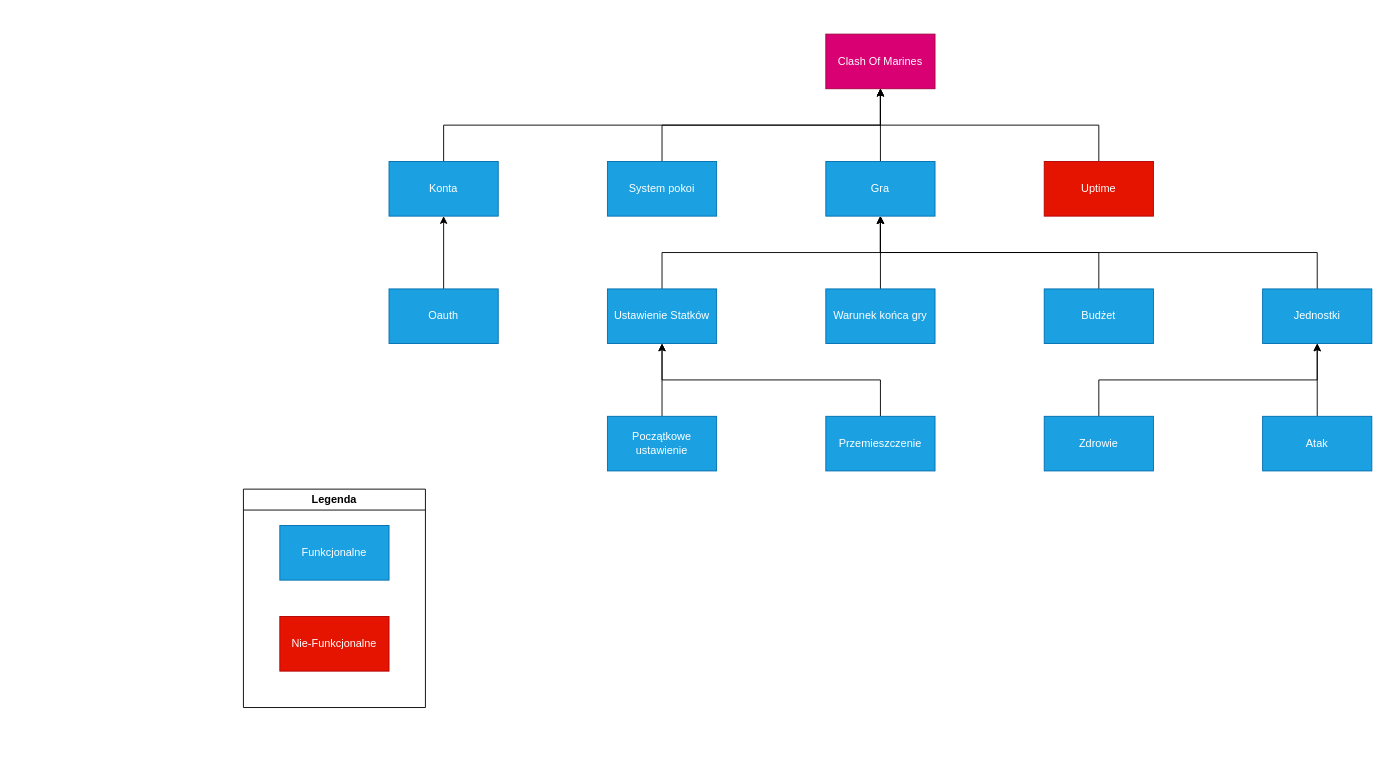
Before: req-diag-sysml/Diagram.drawio in Slasherss1/project-io, a draw.io diagram. Source tidied: cells renumbered, new cells numbered last; positions are measured from the earlier drawing's top-left corner, leaving out a move shared by most shapes. Both pictures are drawn from the tidied source at 91%, with x=0, y=0 at pixel (243, 34).
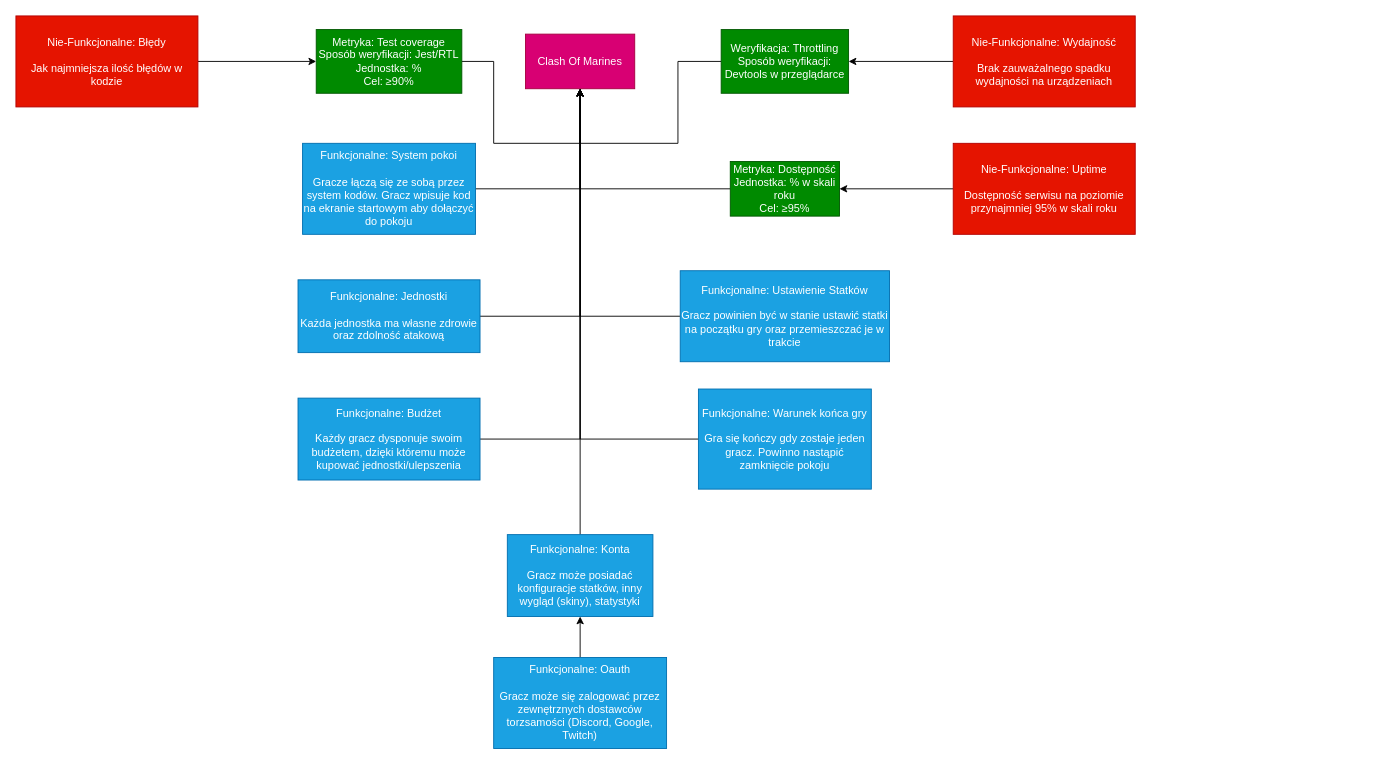
Above is the later version.

Change to the diagram source:
```diff
@@
     <mxCell id="2" value="&lt;div&gt;Clash Of Marines&lt;/div&gt;" style="rounded=0;whiteSpace=wrap;html=1;fillColor=#d80073;fontColor=#ffffff;strokeColor=#A50040;" parent="1" vertex="1">
-      <mxGeometry x="640" width="120" height="60" as="geometry" />
+      <mxGeometry x="310" width="120" height="60" as="geometry" />
     </mxCell>
-    <mxCell id="3" value="&lt;div&gt;&lt;br&gt;&lt;/div&gt;" style="edgeStyle=orthogonalEdgeStyle;rounded=0;jettySize=auto;html=1;defaultLabelBackgroundColor=page;entryX=0.5;entryY=1;entryDx=0;entryDy=0;" parent="1" edge="1" source="4" target="2">
-      <mxGeometry x="-0.03" relative="1" as="geometry">
-        <Array as="points">
-          <mxPoint x="940" y="100" />
-          <mxPoint x="700" y="100" />
-        </Array>
-      </mxGeometry>
-    </mxCell>
+    <mxCell id="32" style="edgeStyle=orthogonalEdgeStyle;rounded=0;jettySize=auto;html=1;entryX=1;entryY=0.5;entryDx=0;entryDy=0;defaultLabelBackgroundColor=page;" parent="1" edge="1" source="4" target="38">
+      <mxGeometry relative="1" as="geometry" />
+    </mxCell>
-    <mxCell id="4" value="&lt;div&gt;Uptime&lt;/div&gt;" style="whiteSpace=wrap;html=1;fillColor=#e51400;fontColor=#ffffff;strokeColor=#B20000;" parent="1" vertex="1">
-      <mxGeometry x="880" y="140" width="120" height="60" as="geometry" />
+    <mxCell id="4" value="&lt;div&gt;Nie-Funkcjonalne: Uptime&lt;/div&gt;&lt;div&gt;&lt;br&gt;&lt;/div&gt;&lt;div&gt;Dostępność serwisu na poziomie przynajmniej 95% w skali roku&lt;/div&gt;" style="whiteSpace=wrap;html=1;fillColor=#e51400;fontColor=#ffffff;strokeColor=#B20000;" parent="1" vertex="1">
+      <mxGeometry x="780" y="120" width="200" height="100" as="geometry" />
     </mxCell>
     <mxCell id="5" style="edgeStyle=orthogonalEdgeStyle;rounded=0;jettySize=auto;html=1;entryX=0.5;entryY=1;entryDx=0;entryDy=0;defaultLabelBackgroundColor=page;" parent="1" edge="1" source="6" target="2">
-      <mxGeometry relative="1" as="geometry">
-        <Array as="points">
-          <mxPoint x="220" y="100" />
-          <mxPoint x="700" y="100" />
-        </Array>
-      </mxGeometry>
+      <mxGeometry relative="1" as="geometry" />
     </mxCell>
-    <mxCell id="6" value="&lt;div&gt;Konta&lt;/div&gt;" style="whiteSpace=wrap;html=1;fillColor=#1ba1e2;fontColor=#ffffff;strokeColor=#006EAF;" parent="1" vertex="1">
-      <mxGeometry x="160" y="140" width="120" height="60" as="geometry" />
+    <mxCell id="6" value="&lt;div&gt;Funkcjonalne: Konta&lt;/div&gt;&lt;div&gt;&lt;br&gt;&lt;/div&gt;&lt;div&gt;Gracz może posiadać konfiguracje statków, inny wygląd (skiny), statystyki&lt;/div&gt;" style="whiteSpace=wrap;html=1;fillColor=#1ba1e2;fontColor=#ffffff;strokeColor=#006EAF;" parent="1" vertex="1">
+      <mxGeometry x="290" y="550" width="160" height="90" as="geometry" />
     </mxCell>
     <mxCell id="7" style="edgeStyle=orthogonalEdgeStyle;rounded=0;jettySize=auto;html=1;entryX=0.5;entryY=1;entryDx=0;entryDy=0;defaultLabelBackgroundColor=page;" parent="1" edge="1" source="8" target="2">
-      <mxGeometry relative="1" as="geometry">
-        <Array as="points">
-          <mxPoint x="460" y="100" />
-          <mxPoint x="700" y="100" />
-        </Array>
-      </mxGeometry>
+      <mxGeometry relative="1" as="geometry" />
     </mxCell>
-    <mxCell id="8" value="&lt;div&gt;System pokoi&lt;/div&gt;" style="whiteSpace=wrap;html=1;fillColor=#1ba1e2;fontColor=#ffffff;strokeColor=#006EAF;" parent="1" vertex="1">
-      <mxGeometry x="400" y="140" width="120" height="60" as="geometry" />
+    <mxCell id="8" value="&lt;div&gt;Funkcjonalne:&amp;nbsp;System pokoi&lt;/div&gt;&lt;div&gt;&lt;br&gt;&lt;/div&gt;&lt;div&gt;Gracze łączą się ze sobą przez system kodów. Gracz wpisuje kod na ekranie startowym aby dołączyć do pokoju&lt;/div&gt;" style="whiteSpace=wrap;html=1;fillColor=#1ba1e2;fontColor=#ffffff;strokeColor=#006EAF;" parent="1" vertex="1">
+      <mxGeometry x="65" y="120" width="190" height="100" as="geometry" />
     </mxCell>
-    <mxCell id="9" style="edgeStyle=orthogonalEdgeStyle;rounded=0;jettySize=auto;html=1;entryX=0.5;entryY=1;entryDx=0;entryDy=0;defaultLabelBackgroundColor=page;" parent="1" edge="1" source="10" target="2">
-      <mxGeometry relative="1" as="geometry" />
-    </mxCell>
-    <mxCell id="10" value="&lt;div&gt;Gra&lt;/div&gt;" style="rounded=0;whiteSpace=wrap;html=1;fillColor=#1ba1e2;fontColor=#ffffff;strokeColor=#006EAF;" parent="1" vertex="1">
-      <mxGeometry x="640" y="140" width="120" height="60" as="geometry" />
-    </mxCell>
-    <mxCell id="11" style="edgeStyle=orthogonalEdgeStyle;rounded=0;jettySize=auto;html=1;entryX=0.5;entryY=1;entryDx=0;entryDy=0;defaultLabelBackgroundColor=page;" parent="1" edge="1" source="12" target="10">
-      <mxGeometry relative="1" as="geometry">
-        <Array as="points">
-          <mxPoint x="940" y="240" />
-          <mxPoint x="700" y="240" />
-        </Array>
-      </mxGeometry>
-    </mxCell>
+    <mxCell id="33" style="edgeStyle=orthogonalEdgeStyle;rounded=0;jettySize=auto;html=1;entryX=0.5;entryY=1;entryDx=0;entryDy=0;defaultLabelBackgroundColor=page;" parent="1" edge="1" source="12" target="2">
+      <mxGeometry relative="1" as="geometry" />
+    </mxCell>
-    <mxCell id="12" value="Budżet" style="whiteSpace=wrap;html=1;fillColor=#1ba1e2;fontColor=#ffffff;strokeColor=#006EAF;" parent="1" vertex="1">
-      <mxGeometry x="880" y="280" width="120" height="60" as="geometry" />
+    <mxCell id="12" value="&lt;div&gt;Funkcjonalne: Budżet&lt;/div&gt;&lt;div&gt;&lt;br&gt;&lt;/div&gt;&lt;div&gt;Każdy gracz dysponuje swoim budżetem, dzięki któremu może kupować jednostki/ulepszenia&lt;/div&gt;" style="whiteSpace=wrap;html=1;fillColor=#1ba1e2;fontColor=#ffffff;strokeColor=#006EAF;" parent="1" vertex="1">
+      <mxGeometry x="60" y="400" width="200" height="90" as="geometry" />
     </mxCell>
-    <mxCell id="13" style="edgeStyle=orthogonalEdgeStyle;rounded=0;jettySize=auto;html=1;entryX=0.5;entryY=1;entryDx=0;entryDy=0;defaultLabelBackgroundColor=page;" parent="1" edge="1" source="14" target="10">
-      <mxGeometry relative="1" as="geometry">
-        <Array as="points">
-          <mxPoint x="460" y="240" />
-          <mxPoint x="700" y="240" />
-        </Array>
-      </mxGeometry>
-    </mxCell>
+    <mxCell id="34" style="edgeStyle=orthogonalEdgeStyle;rounded=0;jettySize=auto;html=1;entryX=0.5;entryY=1;entryDx=0;entryDy=0;defaultLabelBackgroundColor=page;" parent="1" edge="1" source="14" target="2">
+      <mxGeometry relative="1" as="geometry" />
+    </mxCell>
-    <mxCell id="14" value="Ustawienie Statków" style="whiteSpace=wrap;html=1;fillColor=#1ba1e2;fontColor=#ffffff;strokeColor=#006EAF;" parent="1" vertex="1">
-      <mxGeometry x="400" y="280" width="120" height="60" as="geometry" />
+    <mxCell id="14" value="&lt;div&gt;Funkcjonalne: Ustawienie Statków&lt;/div&gt;&lt;div&gt;&lt;br&gt;&lt;/div&gt;&lt;div&gt;Gracz powinien być w stanie ustawić statki na początku gry oraz przemieszczać je w trakcie&lt;/div&gt;" style="whiteSpace=wrap;html=1;fillColor=#1ba1e2;fontColor=#ffffff;strokeColor=#006EAF;" parent="1" vertex="1">
+      <mxGeometry x="480" y="260" width="230" height="100" as="geometry" />
     </mxCell>
-    <mxCell id="15" style="edgeStyle=orthogonalEdgeStyle;rounded=0;jettySize=auto;html=1;entryX=0.5;entryY=1;entryDx=0;entryDy=0;defaultLabelBackgroundColor=page;" parent="1" edge="1" source="16" target="14">
-      <mxGeometry relative="1" as="geometry">
-        <Array as="points">
-          <mxPoint x="700" y="380" />
-          <mxPoint x="460" y="380" />
-        </Array>
-      </mxGeometry>
-    </mxCell>
-    <mxCell id="16" value="Przemieszczenie" style="whiteSpace=wrap;html=1;fillColor=#1ba1e2;fontColor=#ffffff;strokeColor=#006EAF;" parent="1" vertex="1">
-      <mxGeometry x="640" y="420" width="120" height="60" as="geometry" />
-    </mxCell>
-    <mxCell id="17" style="edgeStyle=orthogonalEdgeStyle;rounded=0;jettySize=auto;html=1;entryX=0.5;entryY=1;entryDx=0;entryDy=0;defaultLabelBackgroundColor=page;" parent="1" edge="1" source="18" target="14">
-      <mxGeometry relative="1" as="geometry" />
-    </mxCell>
-    <mxCell id="18" value="Początkowe ustawienie" style="whiteSpace=wrap;html=1;fillColor=#1ba1e2;fontColor=#ffffff;strokeColor=#006EAF;" parent="1" vertex="1">
-      <mxGeometry x="400" y="420" width="120" height="60" as="geometry" />
-    </mxCell>
@@
-    <mxCell id="20" value="&lt;div&gt;Oauth&lt;/div&gt;" style="whiteSpace=wrap;html=1;fillColor=#1ba1e2;fontColor=#ffffff;strokeColor=#006EAF;" parent="1" vertex="1">
-      <mxGeometry x="160" y="280" width="120" height="60" as="geometry" />
+    <mxCell id="20" value="&lt;div&gt;Funkcjonalne:&amp;nbsp;Oauth&lt;/div&gt;&lt;div&gt;&lt;br&gt;&lt;/div&gt;&lt;div&gt;Gracz może się zalogować przez zewnętrznych dostawców torzsamości (Discord, Google, Twitch)&lt;/div&gt;" style="whiteSpace=wrap;html=1;fillColor=#1ba1e2;fontColor=#ffffff;strokeColor=#006EAF;" parent="1" vertex="1">
+      <mxGeometry x="275" y="685" width="190" height="100" as="geometry" />
     </mxCell>
-    <mxCell id="21" style="edgeStyle=orthogonalEdgeStyle;rounded=0;jettySize=auto;html=1;entryX=0.5;entryY=1;entryDx=0;entryDy=0;defaultLabelBackgroundColor=page;" parent="1" edge="1" source="22" target="24">
-      <mxGeometry relative="1" as="geometry" />
-    </mxCell>
-    <mxCell id="22" value="Atak" style="whiteSpace=wrap;html=1;fillColor=#1ba1e2;fontColor=#ffffff;strokeColor=#006EAF;" parent="1" vertex="1">
-      <mxGeometry x="1120" y="420" width="120" height="60" as="geometry" />
-    </mxCell>
-    <mxCell id="23" style="edgeStyle=orthogonalEdgeStyle;rounded=0;jettySize=auto;html=1;entryX=0.5;entryY=1;entryDx=0;entryDy=0;defaultLabelBackgroundColor=page;" parent="1" edge="1" source="24" target="10">
-      <mxGeometry x="-0.2" relative="1" as="geometry">
-        <Array as="points">
-          <mxPoint x="1180" y="240" />
-          <mxPoint x="700" y="240" />
-        </Array>
-      </mxGeometry>
-    </mxCell>
+    <mxCell id="35" style="edgeStyle=orthogonalEdgeStyle;rounded=0;jettySize=auto;html=1;entryX=0.5;entryY=1;entryDx=0;entryDy=0;defaultLabelBackgroundColor=page;" parent="1" edge="1" source="24" target="2">
+      <mxGeometry relative="1" as="geometry" />
+    </mxCell>
-    <mxCell id="24" value="&lt;div&gt;Jednostki&lt;/div&gt;" style="whiteSpace=wrap;html=1;fillColor=#1ba1e2;fontColor=#ffffff;strokeColor=#006EAF;" parent="1" vertex="1">
-      <mxGeometry x="1120" y="280" width="120" height="60" as="geometry" />
+    <mxCell id="24" value="Funkcjonalne: Jednostki&lt;div&gt;&lt;br&gt;&lt;/div&gt;&lt;div&gt;Każda jednostka ma własne zdrowie oraz zdolność atakową&lt;/div&gt;" style="whiteSpace=wrap;html=1;fillColor=#1ba1e2;fontColor=#ffffff;strokeColor=#006EAF;" parent="1" vertex="1">
+      <mxGeometry x="60" y="270" width="200" height="80" as="geometry" />
     </mxCell>
-    <mxCell id="25" style="edgeStyle=orthogonalEdgeStyle;rounded=0;jettySize=auto;html=1;entryX=0.5;entryY=1;entryDx=0;entryDy=0;defaultLabelBackgroundColor=page;" parent="1" edge="1" source="26" target="10">
-      <mxGeometry relative="1" as="geometry" />
-    </mxCell>
+    <mxCell id="36" style="edgeStyle=orthogonalEdgeStyle;rounded=0;jettySize=auto;html=1;entryX=0.5;entryY=1;entryDx=0;entryDy=0;defaultLabelBackgroundColor=page;" parent="1" edge="1" source="26" target="2">
+      <mxGeometry relative="1" as="geometry" />
+    </mxCell>
-    <mxCell id="26" value="Warunek końca gry" style="whiteSpace=wrap;html=1;fillColor=#1ba1e2;fontColor=#ffffff;strokeColor=#006EAF;" parent="1" vertex="1">
-      <mxGeometry x="640" y="280" width="120" height="60" as="geometry" />
+    <mxCell id="26" value="&lt;div&gt;Funkcjonalne: Warunek końca gry&lt;/div&gt;&lt;div&gt;&lt;br&gt;&lt;/div&gt;&lt;div&gt;Gra się kończy gdy zostaje jeden gracz. Powinno nastąpić zamknięcie pokoju&lt;/div&gt;" style="whiteSpace=wrap;html=1;fillColor=#1ba1e2;fontColor=#ffffff;strokeColor=#006EAF;" parent="1" vertex="1">
+      <mxGeometry x="500" y="390" width="190" height="110" as="geometry" />
     </mxCell>
-    <mxCell id="27" style="edgeStyle=orthogonalEdgeStyle;rounded=0;jettySize=auto;html=1;entryX=0.5;entryY=1;entryDx=0;entryDy=0;defaultLabelBackgroundColor=page;" parent="1" edge="1" source="28" target="24">
-      <mxGeometry relative="1" as="geometry">
-        <Array as="points">
-          <mxPoint x="940" y="380" />
-          <mxPoint x="1180" y="380" />
-        </Array>
-      </mxGeometry>
-    </mxCell>
-    <mxCell id="28" value="Zdrowie" style="whiteSpace=wrap;html=1;fillColor=#1ba1e2;fontColor=#ffffff;strokeColor=#006EAF;" parent="1" vertex="1">
-      <mxGeometry x="880" y="420" width="120" height="60" as="geometry" />
-    </mxCell>
-    <mxCell id="29" value="Legenda" style="swimlane;whiteSpace=wrap;html=1;" parent="1" vertex="1">
-      <mxGeometry y="500" width="200" height="240" as="geometry" />
-    </mxCell>
-    <mxCell id="30" value="Funkcjonalne" style="rounded=0;whiteSpace=wrap;html=1;fillColor=#1ba1e2;fontColor=#ffffff;strokeColor=#006EAF;" parent="29" vertex="1">
-      <mxGeometry x="40" y="40" width="120" height="60" as="geometry" />
-    </mxCell>
-    <mxCell id="31" value="&lt;div&gt;Nie-Funkcjonalne&lt;/div&gt;" style="rounded=0;whiteSpace=wrap;html=1;fillColor=#e51400;fontColor=#ffffff;strokeColor=#B20000;" parent="29" vertex="1">
-      <mxGeometry x="40" y="140" width="120" height="60" as="geometry" />
-    </mxCell>
+    <mxCell id="37" style="edgeStyle=orthogonalEdgeStyle;rounded=0;jettySize=auto;html=1;entryX=0.5;entryY=1;entryDx=0;entryDy=0;defaultLabelBackgroundColor=page;" parent="1" edge="1" source="38" target="2">
+      <mxGeometry relative="1" as="geometry" />
+    </mxCell>
+    <mxCell id="38" value="&lt;div&gt;Metryka: Dostępność&lt;/div&gt;&lt;div&gt;Jednostka: % w skali roku&lt;/div&gt;&lt;div&gt;Cel: ≥95%&lt;/div&gt;" style="rounded=0;whiteSpace=wrap;html=1;fillColor=#008a00;fontColor=#ffffff;strokeColor=#005700;" parent="1" vertex="1">
+      <mxGeometry x="535" y="140" width="120" height="60" as="geometry" />
+    </mxCell>
+    <mxCell id="39" style="edgeStyle=orthogonalEdgeStyle;rounded=0;jettySize=auto;html=1;entryX=1;entryY=0.5;entryDx=0;entryDy=0;defaultLabelBackgroundColor=page;" parent="1" edge="1" source="40" target="42">
+      <mxGeometry relative="1" as="geometry" />
+    </mxCell>
+    <mxCell id="40" value="&lt;div&gt;Nie-Funkcjonalne: Wydajność&lt;/div&gt;&lt;div&gt;&lt;br&gt;&lt;/div&gt;&lt;div&gt;Brak zauważalnego spadku wydajności na urządzeniach&lt;/div&gt;" style="whiteSpace=wrap;html=1;fillColor=#e51400;fontColor=#ffffff;strokeColor=#B20000;" parent="1" vertex="1">
+      <mxGeometry x="780" y="-20" width="200" height="100" as="geometry" />
+    </mxCell>
+    <mxCell id="41" style="edgeStyle=orthogonalEdgeStyle;rounded=0;jettySize=auto;html=1;entryX=0.5;entryY=1;entryDx=0;entryDy=0;defaultLabelBackgroundColor=page;" parent="1" edge="1" source="42" target="2">
+      <mxGeometry relative="1" as="geometry">
+        <Array as="points">
+          <mxPoint x="477.5" y="30" />
+          <mxPoint x="477.5" y="120" />
+          <mxPoint x="370" y="120" />
+        </Array>
+      </mxGeometry>
+    </mxCell>
+    <mxCell id="42" value="&lt;div&gt;Weryfikacja: Throttling&lt;/div&gt;&lt;div&gt;Sposób weryfikacji: Devtools w przeglądarce&lt;/div&gt;" style="rounded=0;whiteSpace=wrap;html=1;fillColor=#008a00;fontColor=#ffffff;strokeColor=#005700;" parent="1" vertex="1">
+      <mxGeometry x="525" y="-5" width="140" height="70" as="geometry" />
+    </mxCell>
+    <mxCell id="43" style="edgeStyle=orthogonalEdgeStyle;rounded=0;jettySize=auto;html=1;entryX=0;entryY=0.5;entryDx=0;entryDy=0;defaultLabelBackgroundColor=page;" parent="1" edge="1" source="44" target="46">
+      <mxGeometry relative="1" as="geometry" />
+    </mxCell>
+    <mxCell id="44" value="&lt;div&gt;Nie-Funkcjonalne: Błędy&lt;/div&gt;&lt;div&gt;&lt;br&gt;&lt;/div&gt;&lt;div&gt;Jak najmniejsza ilość błędów w kodzie&lt;/div&gt;" style="whiteSpace=wrap;html=1;fillColor=#e51400;fontColor=#ffffff;strokeColor=#B20000;" parent="1" vertex="1">
+      <mxGeometry x="-250" y="-20" width="200" height="100" as="geometry" />
+    </mxCell>
+    <mxCell id="45" style="edgeStyle=orthogonalEdgeStyle;rounded=0;jettySize=auto;html=1;entryX=0.5;entryY=1;entryDx=0;entryDy=0;defaultLabelBackgroundColor=page;" parent="1" edge="1" source="46" target="2">
+      <mxGeometry relative="1" as="geometry">
+        <Array as="points">
+          <mxPoint x="275" y="30" />
+          <mxPoint x="275" y="120" />
+          <mxPoint x="370" y="120" />
+        </Array>
+      </mxGeometry>
+    </mxCell>
+    <mxCell id="46" value="&lt;div&gt;Metryka: Test coverage&lt;/div&gt;&lt;div&gt;Sposób weryfikacji: Jest/RTL&lt;/div&gt;&lt;div&gt;Jednostka: %&lt;/div&gt;&lt;div&gt;Cel: ≥90%&lt;/div&gt;" style="rounded=0;whiteSpace=wrap;html=1;fillColor=#008a00;fontColor=#ffffff;strokeColor=#005700;" parent="1" vertex="1">
+      <mxGeometry x="80" y="-5" width="160" height="70" as="geometry" />
+    </mxCell>
```
